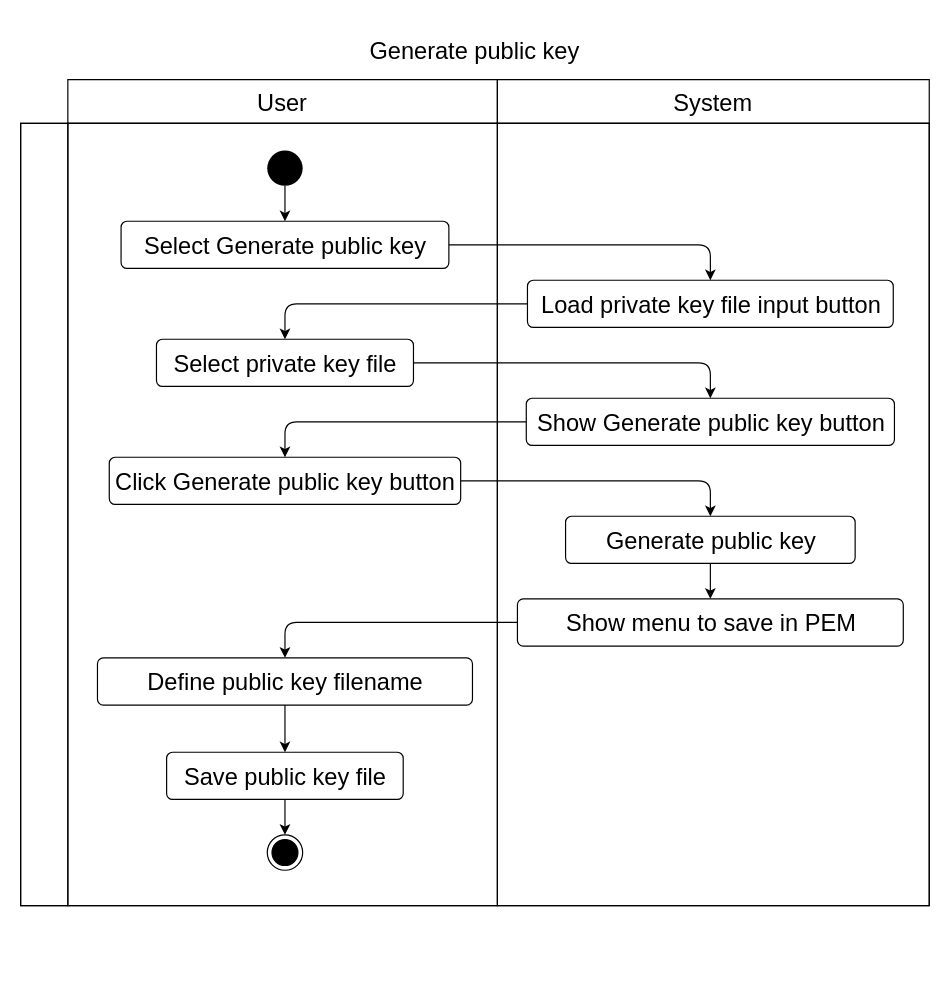
This is diagrams/activity/generate-public-key.drawio from luvitale/inti-digital-signature, a draw.io file, before an edit. Source tidied: cells renumbered, new cells numbered last; positions are measured from the earlier drawing's top-left corner, leaving out a move shared by most shapes. Both pictures are drawn from the tidied source at 118%, with x=0, y=0 at pixel (20, 20).
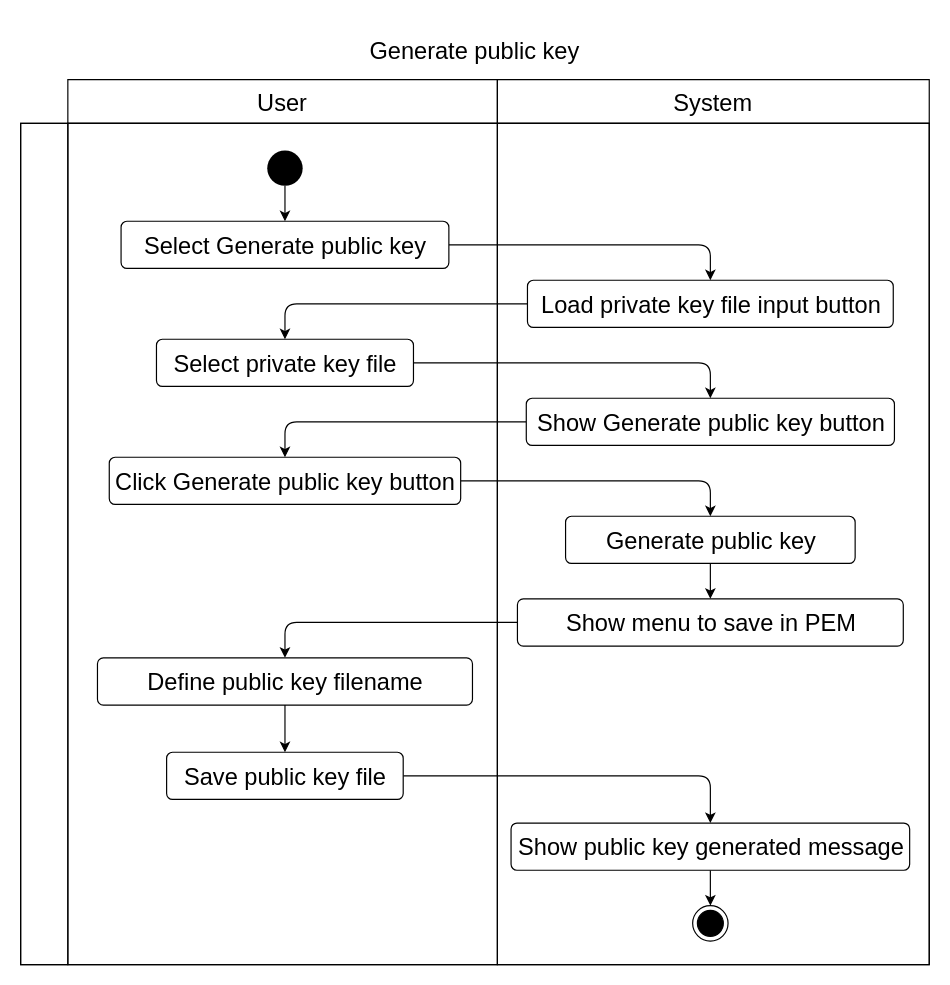
Above is the later version.

The change refers to these unchanged cells:
```xml
<mxCell id="26" value="Save public key file" style="html=1;align=center;verticalAlign=middle;rounded=1;absoluteArcSize=1;arcSize=10;dashed=0;fontSize=20;" parent="1" vertex="1">
  <mxGeometry x="123.7" y="620" width="200.5" height="40" as="geometry" />
</mxCell>
```

The edit, as a diff of the source:
```diff
@@
     <mxCell id="2" value="Generate public key" style="shape=table;html=1;whiteSpace=wrap;startSize=50;childLayout=tableLayout;fillColor=none;swimlaneFillColor=none;strokeColor=none;fontSize=20;" parent="1" vertex="1">
-      <mxGeometry width="770" height="750" as="geometry" />
+      <mxGeometry width="770" height="800" as="geometry" />
     </mxCell>
@@
     <mxCell id="7" style="shape=partialRectangle;html=1;whiteSpace=wrap;fillColor=none;top=1;left=1;bottom=1;right=1;fontSize=20;" parent="2" vertex="1">
-      <mxGeometry y="87" width="770" height="663" as="geometry" />
+      <mxGeometry y="87" width="770" height="713" as="geometry" />
     </mxCell>
     <mxCell id="8" style="shape=partialRectangle;html=1;whiteSpace=wrap;fillColor=none;top=1;left=1;bottom=1;right=1;overflow=hidden;horizontal=0;fontSize=20;" parent="7" vertex="1">
-      <mxGeometry width="40" height="663" as="geometry" />
+      <mxGeometry width="40" height="713" as="geometry" />
     </mxCell>
     <mxCell id="9" style="shape=partialRectangle;html=1;whiteSpace=wrap;fillColor=none;top=1;left=1;bottom=1;right=1;overflow=hidden;fontSize=20;" parent="7" vertex="1">
-      <mxGeometry x="40" width="364" height="663" as="geometry" />
+      <mxGeometry x="40" width="364" height="713" as="geometry" />
     </mxCell>
     <mxCell id="10" style="shape=partialRectangle;html=1;whiteSpace=wrap;fillColor=none;top=1;left=1;bottom=1;right=1;overflow=hidden;fontSize=20;" parent="7" vertex="1">
-      <mxGeometry x="404" width="366" height="663" as="geometry" />
+      <mxGeometry x="404" width="366" height="713" as="geometry" />
     </mxCell>
@@
-    <mxCell id="25" style="edgeStyle=orthogonalEdgeStyle;html=1;fontSize=20;" parent="1" edge="1" source="26" target="29">
+    <mxCell id="25" style="edgeStyle=orthogonalEdgeStyle;html=1;fontSize=20;" parent="1" edge="1" source="26" target="33">
       <mxGeometry relative="1" as="geometry" />
     </mxCell>
@@
     <mxCell id="29" style="ellipse;html=1;shape=endState;fillColor=#000000;strokeColor=#000000;fontSize=20;" parent="1" vertex="1">
-      <mxGeometry x="209" y="690" width="30" height="30" as="geometry" />
+      <mxGeometry x="569.5" y="750" width="30" height="30" as="geometry" />
     </mxCell>
@@
+    <mxCell id="32" style="edgeStyle=none;html=1;" parent="1" edge="1" source="33" target="29">
+      <mxGeometry relative="1" as="geometry" />
+    </mxCell>
+    <mxCell id="33" value="Show public key generated message" style="html=1;align=center;verticalAlign=middle;rounded=1;absoluteArcSize=1;arcSize=10;dashed=0;fontSize=20;" parent="1" vertex="1">
+      <mxGeometry x="415.6" y="680" width="337.8" height="40" as="geometry" />
+    </mxCell>
```
